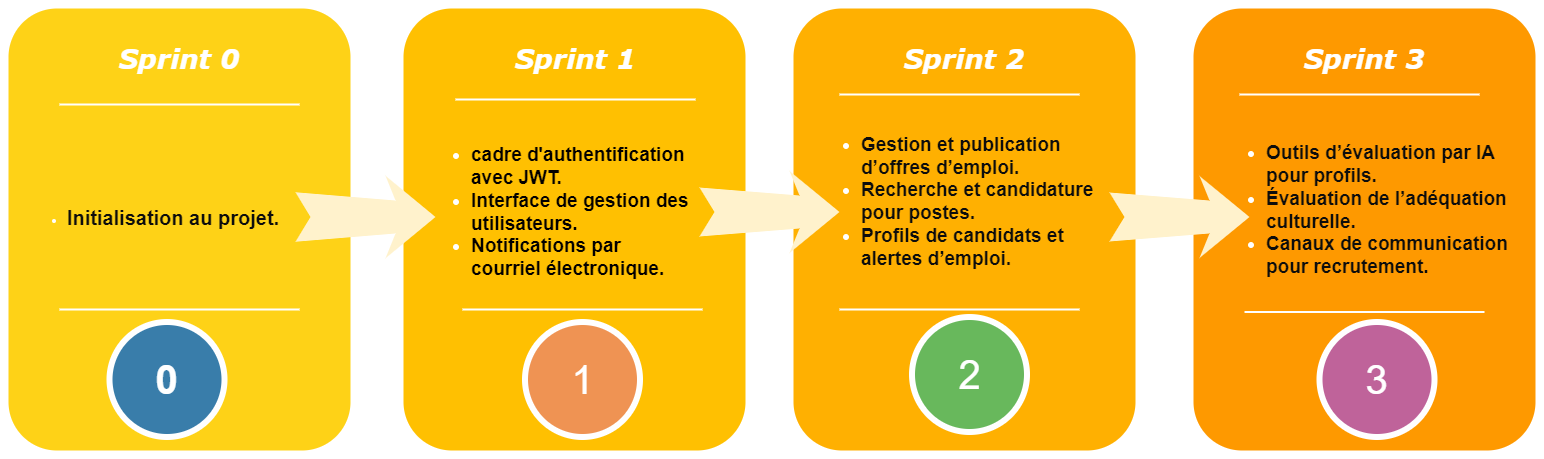
The draw.io diagram sprints.png in chirine1/-project, before a commit. Source tidied: cells renumbered, new cells last; positions are measured from the earlier drawing's top-left corner, leaving out a move shared by most shapes.
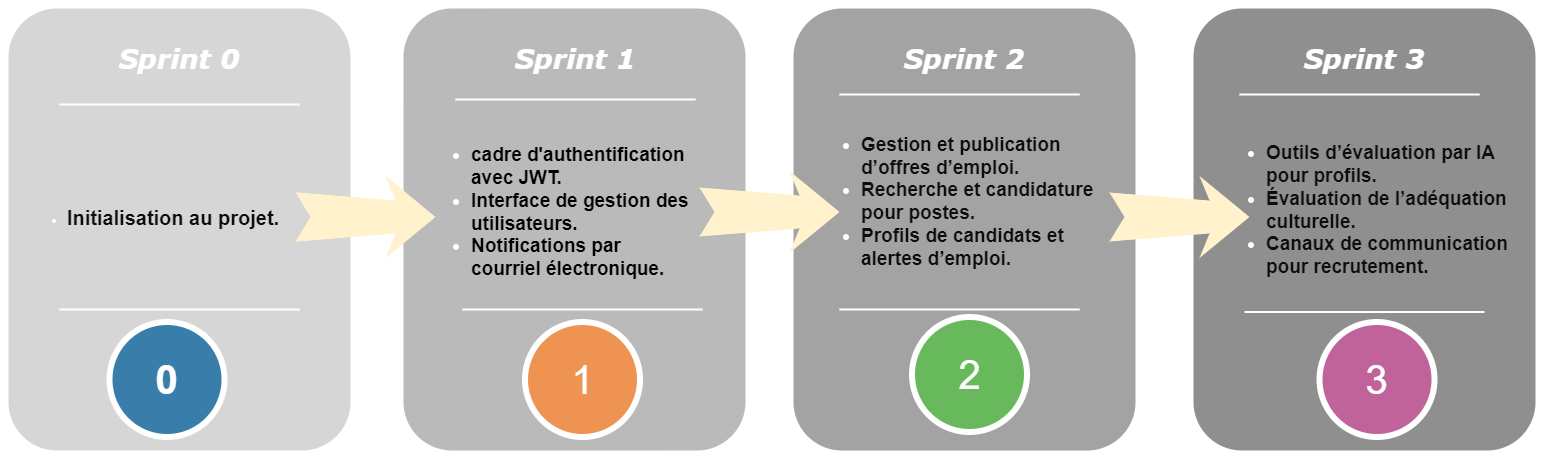
Later version of the same file.

Commit message:
Mettre à jour sprints.png

Change to the diagram source:
```diff
@@ -2,7 +2,7 @@
   <root>
     <mxCell id="0" />
     <mxCell id="1" parent="0" />
-    <mxCell id="2" style="whiteSpace=wrap;html=1;rounded=1;shadow=0;strokeWidth=8;fontSize=20;align=center;fillColor=#FED217;strokeColor=#FFFFFF;" parent="1" vertex="1">
+    <mxCell id="2" style="whiteSpace=wrap;html=1;rounded=1;shadow=0;strokeWidth=8;fontSize=20;align=center;fillColor=#D6D6D6;strokeColor=#FFFFFF;" parent="1" vertex="1">
       <mxGeometry width="350" height="450" as="geometry" />
     </mxCell>
     <mxCell id="3" value="&lt;blockquote&gt;&lt;font face=&quot;Verdana&quot;&gt;&lt;i&gt;Sprint 0&lt;/i&gt;&lt;/font&gt;&lt;/blockquote&gt;" style="text;html=1;strokeColor=none;fillColor=none;align=center;verticalAlign=middle;whiteSpace=wrap;rounded=0;shadow=0;fontSize=27;fontColor=#FFFFFF;fontStyle=1;" parent="1" vertex="1">
@@ -17,7 +17,7 @@
     <mxCell id="6" style="line;strokeWidth=2;html=1;rounded=0;shadow=0;fontSize=27;align=center;fillColor=none;strokeColor=#FFFFFF;" parent="1" vertex="1">
       <mxGeometry x="55" y="300" width="240" height="10" as="geometry" />
     </mxCell>
-    <mxCell id="7" style="whiteSpace=wrap;html=1;rounded=1;shadow=0;strokeWidth=8;fontSize=20;align=center;fillColor=#FFC001;strokeColor=#FFFFFF;" parent="1" vertex="1">
+    <mxCell id="7" style="whiteSpace=wrap;html=1;rounded=1;shadow=0;strokeWidth=8;fontSize=20;align=center;fillColor=#BABABA;strokeColor=#FFFFFF;" parent="1" vertex="1">
       <mxGeometry x="395" width="350" height="450" as="geometry" />
     </mxCell>
     <mxCell id="8" value="&lt;font face=&quot;Verdana&quot;&gt;&lt;i&gt;Sprint 1&lt;/i&gt;&lt;/font&gt;" style="text;html=1;strokeColor=none;fillColor=none;align=center;verticalAlign=middle;whiteSpace=wrap;rounded=0;shadow=0;fontSize=27;fontColor=#FFFFFF;fontStyle=1;" parent="1" vertex="1">
@@ -38,7 +38,7 @@
     <mxCell id="13" style="html=1;shadow=0;dashed=0;align=center;verticalAlign=middle;shape=mxgraph.arrows2.stylisedArrow;dy=0.6;dx=40;notch=15;feather=0.4;rounded=0;strokeWidth=1;fontSize=27;strokeColor=none;fillColor=#fff2cc;" parent="1" vertex="1">
       <mxGeometry x="291" y="171.2" width="140" height="82.5" as="geometry" />
     </mxCell>
-    <mxCell id="14" style="whiteSpace=wrap;html=1;rounded=1;shadow=0;strokeWidth=8;fontSize=20;align=center;fillColor=#FFB001;strokeColor=#FFFFFF;" parent="1" vertex="1">
+    <mxCell id="14" style="whiteSpace=wrap;html=1;rounded=1;shadow=0;strokeWidth=8;fontSize=20;align=center;fillColor=#A3A3A3;strokeColor=#FFFFFF;" parent="1" vertex="1">
       <mxGeometry x="785" width="350" height="450" as="geometry" />
     </mxCell>
     <mxCell id="15" value="&lt;font face=&quot;Verdana&quot;&gt;&lt;i&gt;Sprint 2&lt;/i&gt;&lt;/font&gt;" style="text;html=1;strokeColor=none;fillColor=none;align=center;verticalAlign=middle;whiteSpace=wrap;rounded=0;shadow=0;fontSize=27;fontColor=#FFFFFF;fontStyle=1;" parent="1" vertex="1">
@@ -59,7 +59,7 @@
     <mxCell id="20" style="html=1;shadow=0;dashed=0;align=center;verticalAlign=middle;shape=mxgraph.arrows2.stylisedArrow;dy=0.6;dx=40;notch=15;feather=0.4;rounded=0;strokeWidth=1;fontSize=27;strokeColor=none;fillColor=#fff2cc;" parent="1" vertex="1">
       <mxGeometry x="695" y="166.5" width="140" height="82" as="geometry" />
     </mxCell>
-    <mxCell id="21" style="whiteSpace=wrap;html=1;rounded=1;shadow=0;strokeWidth=8;fontSize=20;align=center;fillColor=#FE9900;strokeColor=#FFFFFF;" parent="1" vertex="1">
+    <mxCell id="21" style="whiteSpace=wrap;html=1;rounded=1;shadow=0;strokeWidth=8;fontSize=20;align=center;fillColor=#8F8F8F;strokeColor=#FFFFFF;" parent="1" vertex="1">
       <mxGeometry x="1185" width="350" height="450" as="geometry" />
     </mxCell>
     <mxCell id="22" value="&lt;font face=&quot;Verdana&quot;&gt;&lt;i&gt;Sprint 3&lt;/i&gt;&lt;/font&gt;" style="text;html=1;strokeColor=none;fillColor=none;align=center;verticalAlign=middle;whiteSpace=wrap;rounded=0;shadow=0;fontSize=27;fontColor=#FFFFFF;fontStyle=1;" parent="1" vertex="1">
```
